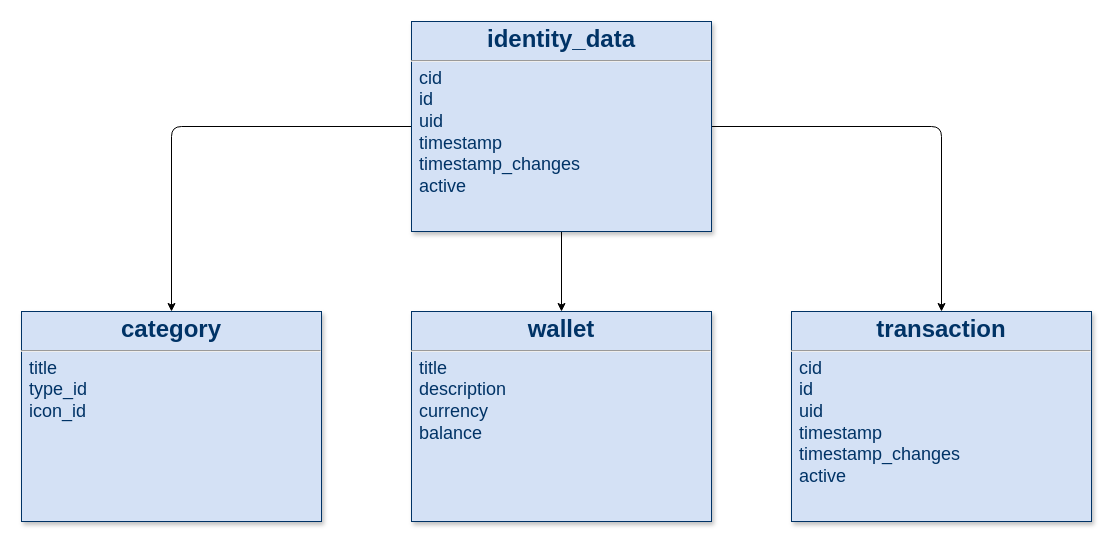
fits91/schemas keeps this draw.io diagram as keepersy_client.drawio. Above is the earlier version. Source tidied: cells renumbered, new cells numbered last; positions are measured from the earlier drawing's top-left corner, leaving out a move shared by most shapes. Both pictures are drawn from the tidied source at 100%, with x=0, y=0 at pixel (21, 21).
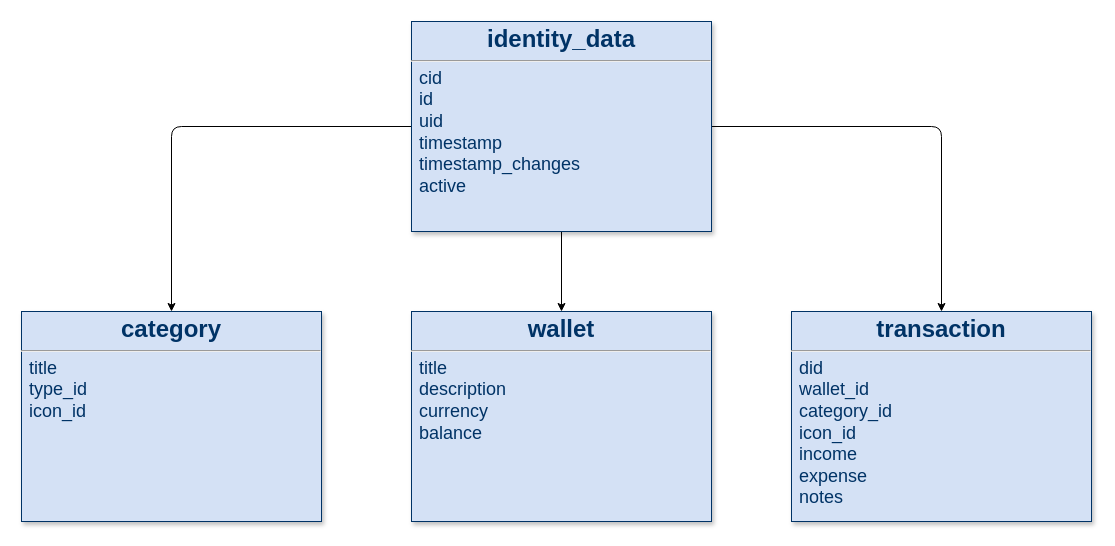
After the change.

Commit message:
add transaction data

The edit, as a diff of the source:
```diff
@@
 <mxGraphModel>
   <root>
     <mxCell id="0" />
     <mxCell id="1" parent="0" />
     <mxCell id="2" style="edgeStyle=orthogonalEdgeStyle;rounded=1;jettySize=auto;html=1;fontSize=18;" parent="1" edge="1" source="5" target="6">
       <mxGeometry relative="1" as="geometry" />
     </mxCell>
     <mxCell id="3" style="edgeStyle=orthogonalEdgeStyle;rounded=1;jettySize=auto;html=1;fontSize=18;" parent="1" edge="1" source="5" target="7">
       <mxGeometry relative="1" as="geometry" />
     </mxCell>
     <mxCell id="4" style="edgeStyle=orthogonalEdgeStyle;rounded=1;jettySize=auto;html=1;fontSize=18;" parent="1" edge="1" source="5" target="8">
       <mxGeometry relative="1" as="geometry" />
     </mxCell>
     <mxCell id="5" value="&lt;p style=&quot;margin: 4px 0px 0px ; text-align: center&quot;&gt;&lt;strong&gt;&lt;font style=&quot;font-size: 24px&quot;&gt;identity_data&lt;/font&gt;&lt;/strong&gt;&lt;/p&gt;&lt;hr&gt;&lt;p style=&quot;margin: 0px ; margin-left: 8px&quot;&gt;&lt;font style=&quot;font-size: 18px&quot;&gt;cid&lt;/font&gt;&lt;/p&gt;&lt;p style=&quot;margin: 0px ; margin-left: 8px&quot;&gt;&lt;font style=&quot;font-size: 18px&quot;&gt;id&lt;/font&gt;&lt;/p&gt;&lt;p style=&quot;margin: 0px ; margin-left: 8px&quot;&gt;&lt;font style=&quot;font-size: 18px&quot;&gt;uid&amp;nbsp;&lt;/font&gt;&lt;/p&gt;&lt;p style=&quot;margin: 0px ; margin-left: 8px&quot;&gt;&lt;font style=&quot;font-size: 18px&quot;&gt;timestamp&lt;/font&gt;&lt;/p&gt;&lt;p style=&quot;margin: 0px ; margin-left: 8px&quot;&gt;&lt;font style=&quot;font-size: 18px&quot;&gt;timestamp_changes&lt;/font&gt;&lt;/p&gt;&lt;p style=&quot;margin: 0px ; margin-left: 8px&quot;&gt;&lt;font style=&quot;font-size: 18px&quot;&gt;active&lt;/font&gt;&lt;/p&gt;&lt;p style=&quot;margin: 0px ; margin-left: 8px&quot;&gt;&lt;font size=&quot;3&quot;&gt;&lt;br&gt;&lt;/font&gt;&lt;/p&gt;" style="verticalAlign=top;align=left;overflow=fill;fontSize=12;fontFamily=Helvetica;html=1;strokeColor=#003366;shadow=1;fillColor=#D4E1F5;fontColor=#003366;" parent="1" vertex="1">
       <mxGeometry x="390" width="300" height="210" as="geometry" />
     </mxCell>
     <mxCell id="6" value="&lt;p style=&quot;margin: 4px 0px 0px ; text-align: center&quot;&gt;&lt;strong&gt;&lt;font style=&quot;font-size: 24px&quot;&gt;category&lt;/font&gt;&lt;/strong&gt;&lt;/p&gt;&lt;hr&gt;&lt;p style=&quot;margin: 0px ; margin-left: 8px&quot;&gt;&lt;font size=&quot;4&quot;&gt;title&amp;nbsp;&lt;/font&gt;&lt;/p&gt;&lt;p style=&quot;margin: 0px ; margin-left: 8px&quot;&gt;&lt;font size=&quot;4&quot;&gt;type_id&lt;/font&gt;&lt;/p&gt;&lt;p style=&quot;margin: 0px ; margin-left: 8px&quot;&gt;&lt;font size=&quot;4&quot;&gt;icon_id&lt;/font&gt;&lt;/p&gt;&lt;p style=&quot;margin: 0px ; margin-left: 8px&quot;&gt;&lt;font size=&quot;3&quot;&gt;&lt;br&gt;&lt;/font&gt;&lt;/p&gt;" style="verticalAlign=top;align=left;overflow=fill;fontSize=12;fontFamily=Helvetica;html=1;strokeColor=#003366;shadow=1;fillColor=#D4E1F5;fontColor=#003366;" parent="1" vertex="1">
       <mxGeometry y="290" width="300" height="210" as="geometry" />
     </mxCell>
     <mxCell id="7" value="&lt;p style=&quot;margin: 4px 0px 0px ; text-align: center&quot;&gt;&lt;strong&gt;&lt;font style=&quot;font-size: 24px&quot;&gt;wallet&lt;/font&gt;&lt;/strong&gt;&lt;/p&gt;&lt;hr&gt;&lt;p style=&quot;margin: 0px ; margin-left: 8px&quot;&gt;&lt;font size=&quot;4&quot;&gt;title&lt;/font&gt;&lt;/p&gt;&lt;p style=&quot;margin: 0px ; margin-left: 8px&quot;&gt;&lt;font size=&quot;4&quot;&gt;description&lt;/font&gt;&lt;/p&gt;&lt;p style=&quot;margin: 0px ; margin-left: 8px&quot;&gt;&lt;font size=&quot;4&quot;&gt;currency&lt;/font&gt;&lt;/p&gt;&lt;p style=&quot;margin: 0px ; margin-left: 8px&quot;&gt;&lt;font size=&quot;4&quot;&gt;balance&lt;/font&gt;&lt;/p&gt;&lt;p style=&quot;margin: 0px ; margin-left: 8px&quot;&gt;&lt;font size=&quot;3&quot;&gt;&lt;br&gt;&lt;/font&gt;&lt;/p&gt;" style="verticalAlign=top;align=left;overflow=fill;fontSize=12;fontFamily=Helvetica;html=1;strokeColor=#003366;shadow=1;fillColor=#D4E1F5;fontColor=#003366;" parent="1" vertex="1">
       <mxGeometry x="390" y="290" width="300" height="210" as="geometry" />
     </mxCell>
-    <mxCell id="8" value="&lt;p style=&quot;margin: 4px 0px 0px ; text-align: center&quot;&gt;&lt;strong&gt;&lt;font style=&quot;font-size: 24px&quot;&gt;transaction&lt;/font&gt;&lt;/strong&gt;&lt;/p&gt;&lt;hr&gt;&lt;p style=&quot;margin: 0px ; margin-left: 8px&quot;&gt;&lt;font style=&quot;font-size: 18px&quot;&gt;cid&lt;/font&gt;&lt;/p&gt;&lt;p style=&quot;margin: 0px ; margin-left: 8px&quot;&gt;&lt;font style=&quot;font-size: 18px&quot;&gt;id&amp;nbsp;&lt;/font&gt;&lt;/p&gt;&lt;p style=&quot;margin: 0px ; margin-left: 8px&quot;&gt;&lt;font style=&quot;font-size: 18px&quot;&gt;uid&amp;nbsp;&lt;/font&gt;&lt;/p&gt;&lt;p style=&quot;margin: 0px ; margin-left: 8px&quot;&gt;&lt;font style=&quot;font-size: 18px&quot;&gt;timestamp&lt;/font&gt;&lt;/p&gt;&lt;p style=&quot;margin: 0px ; margin-left: 8px&quot;&gt;&lt;font style=&quot;font-size: 18px&quot;&gt;timestamp_changes&lt;/font&gt;&lt;/p&gt;&lt;p style=&quot;margin: 0px ; margin-left: 8px&quot;&gt;&lt;font style=&quot;font-size: 18px&quot;&gt;active&lt;/font&gt;&lt;/p&gt;&lt;p style=&quot;margin: 0px ; margin-left: 8px&quot;&gt;&lt;font size=&quot;3&quot;&gt;&lt;br&gt;&lt;/font&gt;&lt;/p&gt;" style="verticalAlign=top;align=left;overflow=fill;fontSize=12;fontFamily=Helvetica;html=1;strokeColor=#003366;shadow=1;fillColor=#D4E1F5;fontColor=#003366;" parent="1" vertex="1">
+    <mxCell id="8" value="&lt;p style=&quot;margin: 4px 0px 0px ; text-align: center&quot;&gt;&lt;strong&gt;&lt;font style=&quot;font-size: 24px&quot;&gt;transaction&lt;/font&gt;&lt;/strong&gt;&lt;/p&gt;&lt;hr&gt;&lt;p style=&quot;margin: 0px ; margin-left: 8px&quot;&gt;&lt;font size=&quot;4&quot;&gt;did&lt;/font&gt;&lt;/p&gt;&lt;p style=&quot;margin: 0px ; margin-left: 8px&quot;&gt;&lt;font size=&quot;4&quot;&gt;wallet_id&lt;/font&gt;&lt;/p&gt;&lt;p style=&quot;margin: 0px ; margin-left: 8px&quot;&gt;&lt;font size=&quot;4&quot;&gt;category_id&lt;/font&gt;&lt;br&gt;&lt;/p&gt;&lt;p style=&quot;margin: 0px ; margin-left: 8px&quot;&gt;&lt;font size=&quot;4&quot;&gt;icon_id&lt;br&gt;&lt;/font&gt;&lt;/p&gt;&lt;p style=&quot;margin: 0px ; margin-left: 8px&quot;&gt;&lt;font size=&quot;4&quot;&gt;income&lt;/font&gt;&lt;/p&gt;&lt;p style=&quot;margin: 0px ; margin-left: 8px&quot;&gt;&lt;font size=&quot;4&quot;&gt;expense&lt;/font&gt;&lt;/p&gt;&lt;p style=&quot;margin: 0px ; margin-left: 8px&quot;&gt;&lt;font size=&quot;4&quot;&gt;notes&lt;/font&gt;&lt;/p&gt;&lt;p style=&quot;margin: 0px ; margin-left: 8px&quot;&gt;&lt;font size=&quot;3&quot;&gt;&lt;br&gt;&lt;/font&gt;&lt;/p&gt;" style="verticalAlign=top;align=left;overflow=fill;fontSize=12;fontFamily=Helvetica;html=1;strokeColor=#003366;shadow=1;fillColor=#D4E1F5;fontColor=#003366;" parent="1" vertex="1">
       <mxGeometry x="770" y="290" width="300" height="210" as="geometry" />
     </mxCell>
   </root>
 </mxGraphModel>
```
